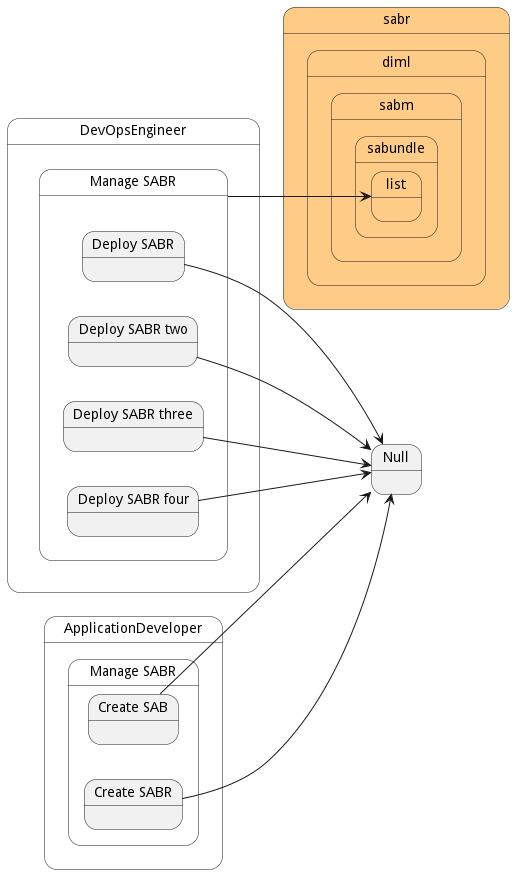
Above: docs/sabr/diml/sabm/scenariomapping.png in madajaju/sabr (PlantUML), before the change.
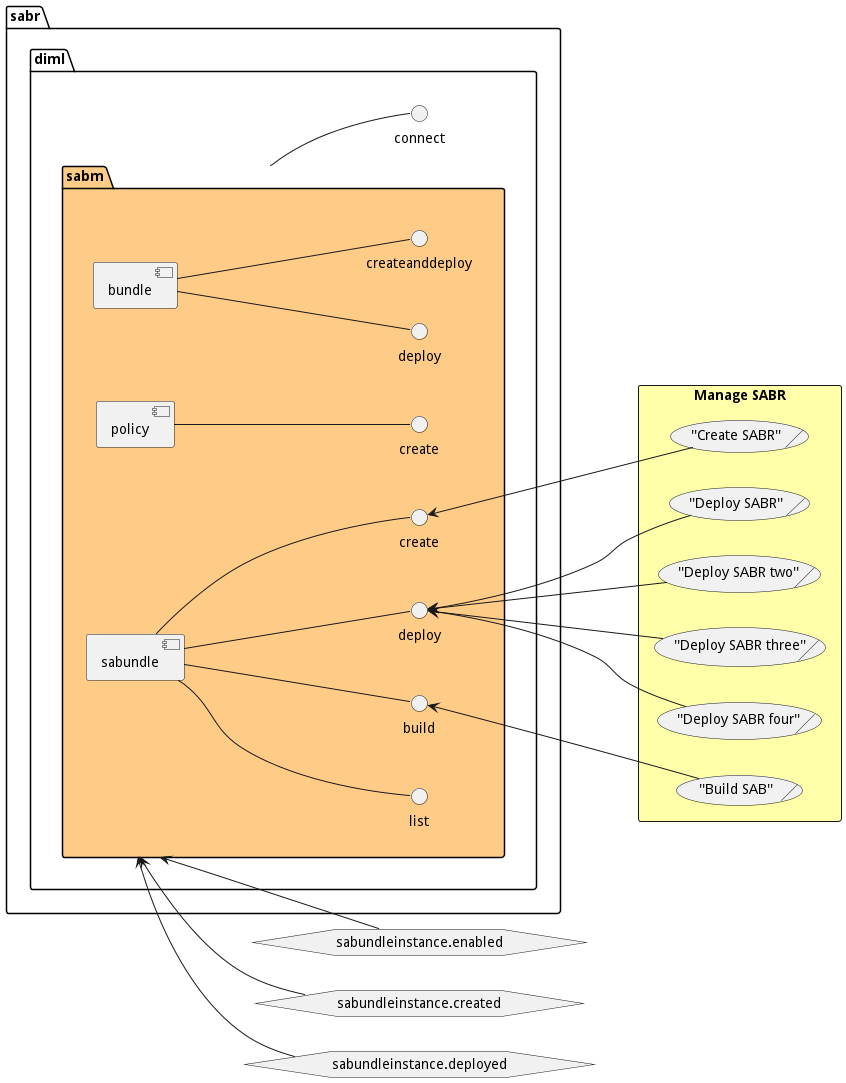
Above is the later version.

The edit, as a diff of the source:
```diff
@@ -2,83 +2,147 @@
 left to right direction
 
 
-
-state "DevOpsEngineer" as DevOpsEngineer {
-    state "Manage SABR" as DevOpsEngineerManageSABR {
-    }
-}
-state "sabr" as sabr #ffcc88 {
-state "diml" as sabrdiml #ffcc88 {
-state "sabm" as sabrdimlsabm #ffcc88 {
-state "sabundle" as sabrdimlsabmsabundle #ffcc88 {
-state "list" as sabrdimlsabmsabundlelist #ffcc88 {
+    package "sabr" as sabr {
+package "diml" as sabrdiml {
+ component "sabm" as sabrdimlsabm
+ interface "connect" as sabrdimlsabmconnect
+sabrdimlsabm -- sabrdimlsabmconnect
 }
 }
+
+
+    package "sabr" as sabr {
+package "diml" as sabrdiml {
+package "sabm" as sabrdimlsabm #ffcc88 {
+ component "bundle" as sabrdimlsabmbundle
+ interface "createanddeploy" as sabrdimlsabmbundlecreateanddeploy
+sabrdimlsabmbundle -- sabrdimlsabmbundlecreateanddeploy
 }
 }
 }
 
-DevOpsEngineerManageSABR --> sabrdimlsabmsabundlelist
+
+    package "sabr" as sabr {
+package "diml" as sabrdiml {
+package "sabm" as sabrdimlsabm #ffcc88 {
+ component "bundle" as sabrdimlsabmbundle
+ interface "deploy" as sabrdimlsabmbundledeploy
+sabrdimlsabmbundle -- sabrdimlsabmbundledeploy
+}
+}
+}
 
 
-    state "ApplicationDeveloper" as ApplicationDeveloper {
-        state "Manage SABR" as ApplicationDeveloperManageSABR {
-            state "Create SAB" as ApplicationDeveloperManageSABRBuildSAB {
-            }
-        }
-    }
-
-    ApplicationDeveloperManageSABRBuildSAB --> Null
+    package "sabr" as sabr {
+package "diml" as sabrdiml {
+package "sabm" as sabrdimlsabm #ffcc88 {
+ component "policy" as sabrdimlsabmpolicy
+ interface "create" as sabrdimlsabmpolicycreate
+sabrdimlsabmpolicy -- sabrdimlsabmpolicycreate
+}
+}
+}
 
 
-    state "ApplicationDeveloper" as ApplicationDeveloper {
-        state "Manage SABR" as ApplicationDeveloperManageSABR {
-            state "Create SABR" as ApplicationDeveloperManageSABRCreateSABR {
-            }
-        }
-    }
-
-    ApplicationDeveloperManageSABRCreateSABR --> Null
+    package "sabr" as sabr {
+package "diml" as sabrdiml {
+package "sabm" as sabrdimlsabm #ffcc88 {
+ component "sabundle" as sabrdimlsabmsabundle
+ interface "build" as sabrdimlsabmsabundlebuild
+sabrdimlsabmsabundle -- sabrdimlsabmsabundlebuild
+}
+}
+}
 
 
-    state "DevOpsEngineer" as DevOpsEngineer {
-        state "Manage SABR" as DevOpsEngineerManageSABR {
-            state "Deploy SABR" as DevOpsEngineerManageSABRDeploySABR {
-            }
-        }
-    }
-
-    DevOpsEngineerManageSABRDeploySABR --> Null
+    package "sabr" as sabr {
+package "diml" as sabrdiml {
+package "sabm" as sabrdimlsabm #ffcc88 {
+ component "sabundle" as sabrdimlsabmsabundle
+ interface "create" as sabrdimlsabmsabundlecreate
+sabrdimlsabmsabundle -- sabrdimlsabmsabundlecreate
+}
+}
+}
 
 
-    state "DevOpsEngineer" as DevOpsEngineer {
-        state "Manage SABR" as DevOpsEngineerManageSABR {
-            state "Deploy SABR two" as DevOpsEngineerManageSABRDeploySABR2 {
-            }
-        }
-    }
-
-    DevOpsEngineerManageSABRDeploySABR2 --> Null
+    package "sabr" as sabr {
+package "diml" as sabrdiml {
+package "sabm" as sabrdimlsabm #ffcc88 {
+ component "sabundle" as sabrdimlsabmsabundle
+ interface "deploy" as sabrdimlsabmsabundledeploy
+sabrdimlsabmsabundle -- sabrdimlsabmsabundledeploy
+}
+}
+}
 
 
-    state "DevOpsEngineer" as DevOpsEngineer {
-        state "Manage SABR" as DevOpsEngineerManageSABR {
-            state "Deploy SABR three" as DevOpsEngineerManageSABRDeploySABR3 {
-            }
-        }
-    }
-
-    DevOpsEngineerManageSABRDeploySABR3 --> Null
+    package "sabr" as sabr {
+package "diml" as sabrdiml {
+package "sabm" as sabrdimlsabm #ffcc88 {
+ component "sabundle" as sabrdimlsabmsabundle
+ interface "list" as sabrdimlsabmsabundlelist
+sabrdimlsabmsabundle -- sabrdimlsabmsabundlelist
+}
+}
+}
 
 
-    state "DevOpsEngineer" as DevOpsEngineer {
-        state "Manage SABR" as DevOpsEngineerManageSABR {
-            state "Deploy SABR four" as DevOpsEngineerManageSABRDeploySABR4 {
-            }
+hexagon "sabundleinstance.created" as sabundleinstancecreated
+            sabrdimlsabm <-- sabundleinstancecreated
+
+hexagon "sabundleinstance.deployed" as sabundleinstancedeployed
+            sabrdimlsabm <-- sabundleinstancedeployed
+
+hexagon "sabundleinstance.enabled" as sabundleinstanceenabled
+            sabrdimlsabm <-- sabundleinstanceenabled
+
+
+
+
+
+
+
+
+
+        rectangle "Manage SABR" as ManageSABR #ffffaa {
+            ("Build SAB")/ as ApplicationDeveloperManageSABRBuildSAB
         }
-    }
 
-    DevOpsEngineerManageSABRDeploySABR4 --> Null
+    sabrdimlsabmsabundlebuild <-- ApplicationDeveloperManageSABRBuildSAB
+
+        rectangle "Manage SABR" as ManageSABR #ffffaa {
+            ("Create SABR")/ as ApplicationDeveloperManageSABRCreateSABR
+        }
+
+    sabrdimlsabmsabundlecreate <-- ApplicationDeveloperManageSABRCreateSABR
+
+        rectangle "Manage SABR" as ManageSABR #ffffaa {
+            ("Deploy SABR")/ as DevOpsEngineerManageSABRDeploySABR
+        }
+
+    sabrdimlsabmsabundledeploy <-- DevOpsEngineerManageSABRDeploySABR
+
+        rectangle "Manage SABR" as ManageSABR #ffffaa {
+            ("Deploy SABR two")/ as DevOpsEngineerManageSABRDeploySABR2
+        }
+
+    sabrdimlsabmsabundledeploy <-- DevOpsEngineerManageSABRDeploySABR2
+
+        rectangle "Manage SABR" as ManageSABR #ffffaa {
+            ("Deploy SABR three")/ as DevOpsEngineerManageSABRDeploySABR3
+        }
+
+    sabrdimlsabmsabundledeploy <-- DevOpsEngineerManageSABRDeploySABR3
+
+        rectangle "Manage SABR" as ManageSABR #ffffaa {
+            ("Deploy SABR four")/ as DevOpsEngineerManageSABRDeploySABR4
+        }
+
+    sabrdimlsabmsabundledeploy <-- DevOpsEngineerManageSABRDeploySABR4
+
+
+
 
 
 
```
